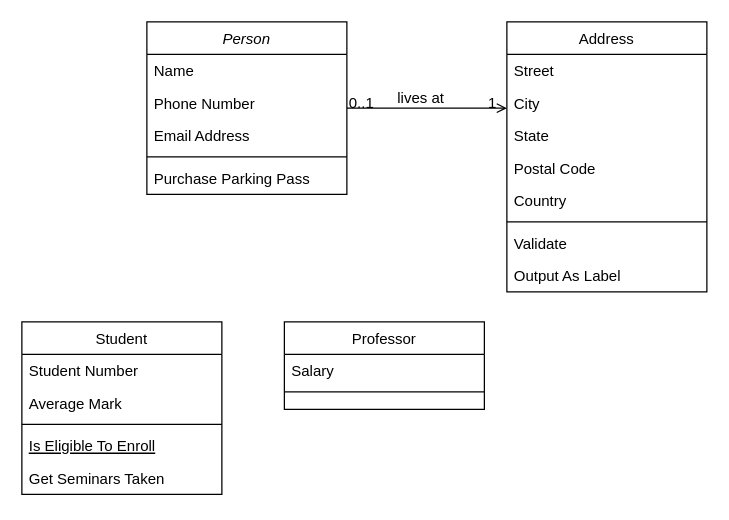
The draw.io diagram Диаграмма без названия.drawio in ConstructingSoftware/Labs, before the edit. Source tidied: cells renumbered, new cells numbered last; positions are measured from the earlier drawing's top-left corner, leaving out a move shared by most shapes. Both pictures are drawn from the tidied source at 125%, with x=0, y=0 at pixel (21, 21).
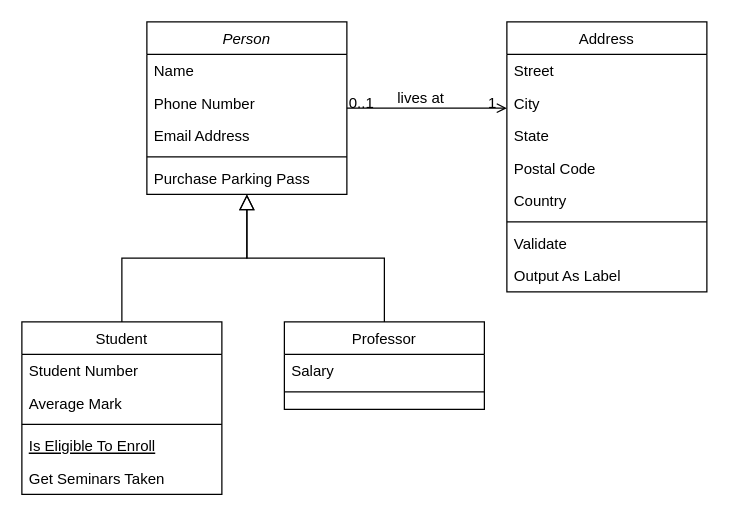
The same page after the edit.

The change refers to these unchanged cells:
```xml
<mxCell id="2" value="Person" style="swimlane;fontStyle=2;align=center;verticalAlign=top;horizontal=1;startSize=26;rounded=0;shadow=0;strokeWidth=1;" parent="1" vertex="1">
  <mxGeometry x="100" width="160" height="138" as="geometry" />
</mxCell>
<mxCell id="8" value="Student" style="swimlane;fontStyle=0;align=center;verticalAlign=top;horizontal=1;startSize=26;rounded=0;shadow=0;strokeWidth=1;" parent="1" vertex="1">
  <mxGeometry y="240" width="160" height="138" as="geometry" />
</mxCell>
<mxCell id="14" value="Professor" style="swimlane;fontStyle=0;align=center;verticalAlign=top;horizontal=1;startSize=26;rounded=0;shadow=0;strokeWidth=1;" parent="1" vertex="1">
  <mxGeometry x="210" y="240" width="160" height="70" as="geometry" />
</mxCell>
```

The edit, as a diff of the source:
```diff
@@
+    <mxCell id="30" style="endArrow=block;endSize=10;endFill=0;shadow=0;strokeWidth=1;rounded=0;edgeStyle=elbowEdgeStyle;elbow=vertical;" parent="1" edge="1" source="8" target="2">
+      <mxGeometry relative="1" as="geometry" />
+    </mxCell>
@@
+    <mxCell id="31" style="endArrow=block;endSize=10;endFill=0;shadow=0;strokeWidth=1;rounded=0;edgeStyle=elbowEdgeStyle;elbow=vertical;" parent="1" edge="1" source="14" target="2">
+      <mxGeometry relative="1" as="geometry" />
+    </mxCell>
```
